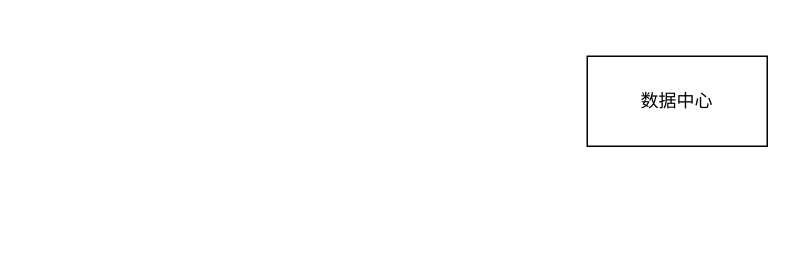
Earlier version of the draw.io diagram Untitled Diagram.drawio (zx007/MyImageBed). Source tidied: cells renumbered, new cells numbered last; positions are measured from the earlier drawing's top-left corner, leaving out a move shared by most shapes. Both pictures are drawn from the tidied source at 150%, with x=0, y=0 at pixel (586, 56).
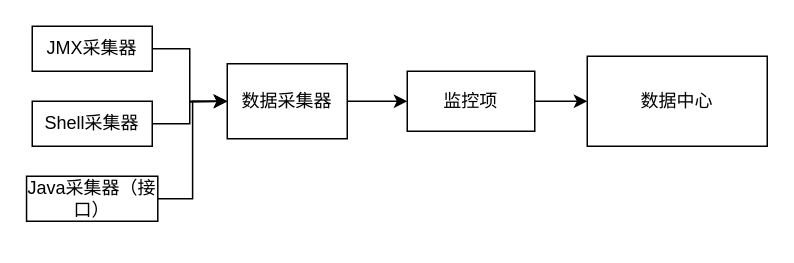
The same diagram, later.

The edit, as a diff of the source:
```diff
@@
 <mxGraphModel>
   <root>
     <mxCell id="0" />
     <mxCell id="1" parent="0" />
+    <mxCell id="3" style="edgeStyle=orthogonalEdgeStyle;rounded=0;jettySize=auto;html=1;exitX=1;exitY=0.5;exitDx=0;exitDy=0;entryX=0;entryY=0.5;entryDx=0;entryDy=0;" parent="1" edge="1" source="4" target="2">
+      <mxGeometry relative="1" as="geometry" />
+    </mxCell>
+    <mxCell id="4" value="监控项" style="rounded=0;whiteSpace=wrap;html=1;" parent="1" vertex="1">
+      <mxGeometry x="-120" y="10" width="85" height="40" as="geometry" />
+    </mxCell>
     <mxCell id="2" value="数据中心" style="rounded=0;whiteSpace=wrap;html=1;" parent="1" vertex="1">
       <mxGeometry width="120" height="60" as="geometry" />
     </mxCell>
+    <mxCell id="5" style="edgeStyle=orthogonalEdgeStyle;rounded=0;jettySize=auto;html=1;entryX=0;entryY=0.5;entryDx=0;entryDy=0;" parent="1" edge="1" source="6" target="4">
+      <mxGeometry relative="1" as="geometry" />
+    </mxCell>
+    <mxCell id="6" value="数据采集器" style="rounded=0;whiteSpace=wrap;html=1;" parent="1" vertex="1">
+      <mxGeometry x="-240" y="5" width="80" height="50" as="geometry" />
+    </mxCell>
+    <mxCell id="7" style="edgeStyle=orthogonalEdgeStyle;rounded=0;jettySize=auto;html=1;exitX=1;exitY=0.5;exitDx=0;exitDy=0;" parent="1" edge="1" source="8">
+      <mxGeometry relative="1" as="geometry">
+        <mxPoint x="-240" y="30" as="targetPoint" />
+      </mxGeometry>
+    </mxCell>
+    <mxCell id="8" value="Shell采集器" style="rounded=0;whiteSpace=wrap;html=1;" parent="1" vertex="1">
+      <mxGeometry x="-370" y="30" width="80" height="30" as="geometry" />
+    </mxCell>
+    <mxCell id="9" value="&lt;span style=&quot;color: rgba(0, 0, 0, 0); font-family: monospace; font-size: 0px; font-style: normal; font-weight: 400; letter-spacing: normal; text-indent: 0px; text-transform: none; word-spacing: 0px; background-color: rgb(248, 249, 250); display: inline; float: none;&quot;&gt;&amp;nbsp;&lt;/span&gt;" style="text;whiteSpace=wrap;html=1;" parent="1" vertex="1">
+      <mxGeometry x="-330" y="10" width="30" height="30" as="geometry" />
+    </mxCell>
+    <mxCell id="10" style="edgeStyle=orthogonalEdgeStyle;rounded=0;jettySize=auto;html=1;exitX=1;exitY=0.5;exitDx=0;exitDy=0;entryX=0;entryY=0.5;entryDx=0;entryDy=0;" parent="1" edge="1" source="11" target="6">
+      <mxGeometry relative="1" as="geometry" />
+    </mxCell>
+    <mxCell id="11" value="JMX采集器" style="rounded=0;whiteSpace=wrap;html=1;" parent="1" vertex="1">
+      <mxGeometry x="-370" y="-20" width="80" height="30" as="geometry" />
+    </mxCell>
+    <mxCell id="12" value="&lt;span style=&quot;color: rgba(0, 0, 0, 0); font-family: monospace; font-size: 0px; font-style: normal; font-weight: 400; letter-spacing: normal; text-indent: 0px; text-transform: none; word-spacing: 0px; background-color: rgb(248, 249, 250); display: inline; float: none;&quot;&gt;&amp;nbsp;&lt;/span&gt;" style="text;whiteSpace=wrap;html=1;" parent="1" vertex="1">
+      <mxGeometry x="-340" y="90" width="30" height="30" as="geometry" />
+    </mxCell>
+    <mxCell id="13" value="&lt;span style=&quot;color: rgba(0, 0, 0, 0); font-family: monospace; font-size: 0px; font-style: normal; font-weight: 400; letter-spacing: normal; text-indent: 0px; text-transform: none; word-spacing: 0px; background-color: rgb(248, 249, 250); display: inline; float: none;&quot;&gt;&amp;nbsp;&lt;/span&gt;" style="text;whiteSpace=wrap;html=1;" parent="1" vertex="1">
+      <mxGeometry x="-360" y="80" width="30" height="30" as="geometry" />
+    </mxCell>
+    <mxCell id="14" style="edgeStyle=orthogonalEdgeStyle;rounded=0;jettySize=auto;html=1;exitX=1;exitY=0.5;exitDx=0;exitDy=0;entryX=0;entryY=0.5;entryDx=0;entryDy=0;" parent="1" edge="1" source="15" target="6">
+      <mxGeometry relative="1" as="geometry" />
+    </mxCell>
+    <mxCell id="15" value="Java采集器（接口）" style="rounded=0;whiteSpace=wrap;html=1;" parent="1" vertex="1">
+      <mxGeometry x="-373.8" y="80" width="87.5" height="30" as="geometry" />
+    </mxCell>
   </root>
 </mxGraphModel>
```
